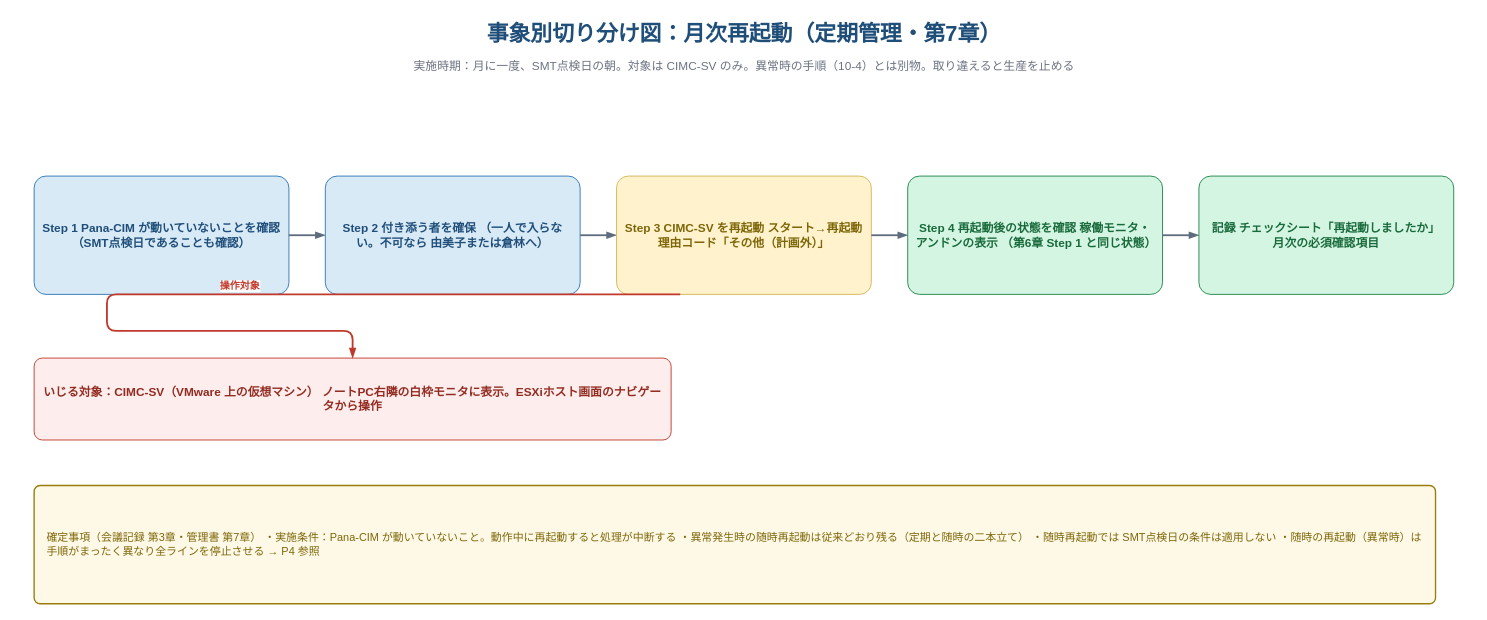
Above: page "事象別_月次再起動" (3 of 4) of workvault-sync/10_業務全般/PanaCIM_LNB/01_成果物/PanaCIM_LNB_確実構成図.drawio in nk-shino/work_vault (draw.io), before the change. Source tidied: cells renumbered, new cells numbered last; positions are measured from the earlier drawing's top-left corner, leaving out a move shared by most shapes. Both pictures are drawn from the tidied source at 91%, with x=0, y=0 at pixel (15, 15).
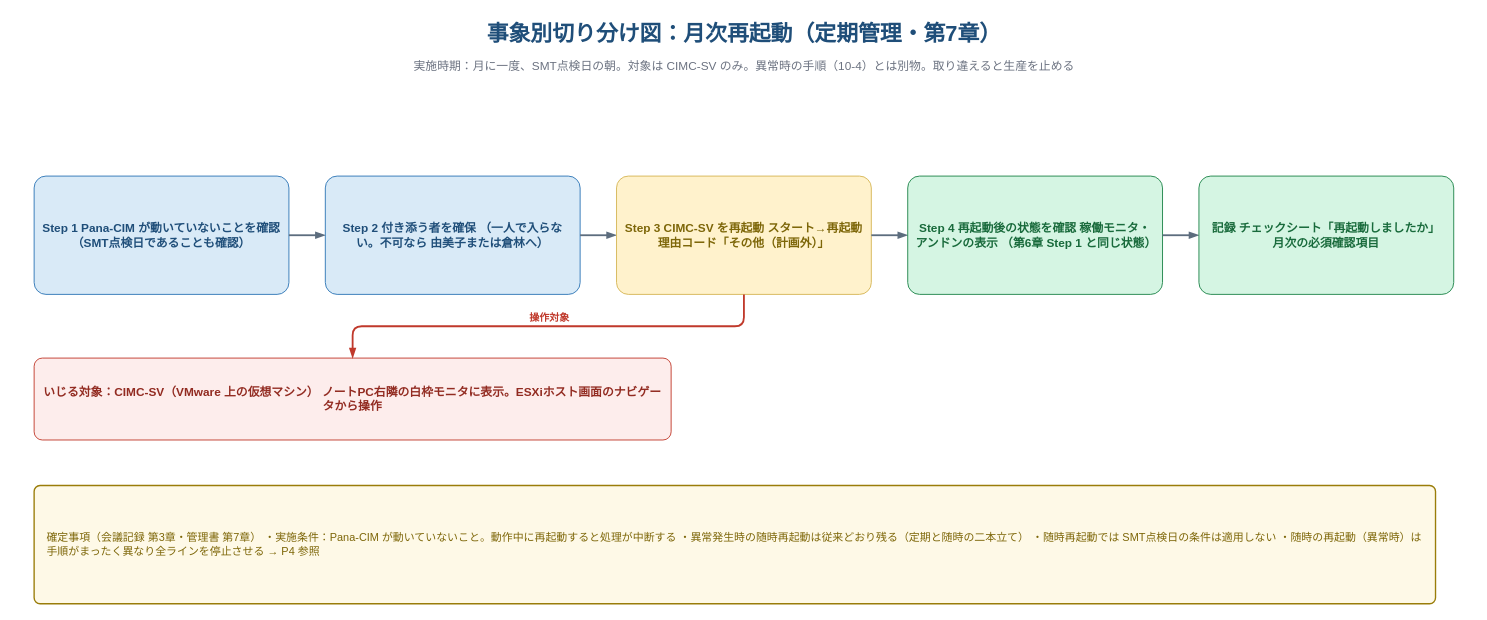
The same page after the edit.

Diff of the diagram source:
```diff
@@
 <mxGraphModel background="#ffffff">
   <root>
     <mxCell id="0" />
     <mxCell id="1" parent="0" />
     <mxCell id="2" value="事象別切り分け図：月次再起動（定期管理・第7章）" style="text;html=1;fontFamily=Meiryo;fontSize=24;align=center;verticalAlign=middle;fontColor=#1F4E79;fontStyle=1;" parent="1" vertex="1">
       <mxGeometry width="1600" height="40" as="geometry" />
     </mxCell>
     <mxCell id="3" value="実施時期：月に一度、SMT点検日の朝。対象は CIMC-SV のみ。異常時の手順（10-4）とは別物。取り違えると生産を止める" style="text;html=1;fontFamily=Meiryo;fontSize=13;align=center;verticalAlign=middle;fontColor=#6B7280;" parent="1" vertex="1">
       <mxGeometry y="42" width="1600" height="26" as="geometry" />
     </mxCell>
     <mxCell id="4" value="Step 1 Pana-CIM が動いていないことを確認 （SMT点検日であることも確認）" style="rounded=1;whiteSpace=wrap;html=1;fontFamily=Meiryo;fillColor=#D9EAF7;strokeColor=#2E75B6;fontColor=#1F4E79;fontSize=13;fontStyle=1;arcSize=10;verticalAlign=middle;spacingLeft=8;spacingRight=8;spacingTop=4;spacingBottom=4;" parent="1" vertex="1">
       <mxGeometry x="20" y="176" width="280" height="130" as="geometry" />
     </mxCell>
     <mxCell id="5" style="edgeStyle=orthogonalEdgeStyle;rounded=1;html=1;fontFamily=Meiryo;strokeColor=#5D6D7E;strokeWidth=2;endArrow=blockThin;endFill=1;exitX=1;exitY=0.5;exitDx=0;exitDy=0;entryX=0;entryY=0.5;entryDx=0;entryDy=0;fontSize=11;labelBackgroundColor=#FFFFFF;" parent="1" edge="1" source="4" target="6">
       <mxGeometry relative="1" as="geometry" />
     </mxCell>
     <mxCell id="6" value="Step 2 付き添う者を確保 （一人で入らない。不可なら 由美子または倉林へ）" style="rounded=1;whiteSpace=wrap;html=1;fontFamily=Meiryo;fillColor=#D9EAF7;strokeColor=#2E75B6;fontColor=#1F4E79;fontSize=13;fontStyle=1;arcSize=10;verticalAlign=middle;spacingLeft=8;spacingRight=8;spacingTop=4;spacingBottom=4;" parent="1" vertex="1">
       <mxGeometry x="340" y="176" width="280" height="130" as="geometry" />
     </mxCell>
     <mxCell id="7" style="edgeStyle=orthogonalEdgeStyle;rounded=1;html=1;fontFamily=Meiryo;strokeColor=#5D6D7E;strokeWidth=2;endArrow=blockThin;endFill=1;exitX=1;exitY=0.5;exitDx=0;exitDy=0;entryX=0;entryY=0.5;entryDx=0;entryDy=0;fontSize=11;labelBackgroundColor=#FFFFFF;" parent="1" edge="1" source="6" target="8">
       <mxGeometry relative="1" as="geometry" />
     </mxCell>
     <mxCell id="8" value="Step 3 CIMC-SV を再起動 スタート→再起動 理由コード「その他（計画外）」" style="rounded=1;whiteSpace=wrap;html=1;fontFamily=Meiryo;fillColor=#FFF2CC;strokeColor=#D6B656;fontColor=#7D6608;fontSize=13;fontStyle=1;arcSize=10;verticalAlign=middle;spacingLeft=8;spacingRight=8;spacingTop=4;spacingBottom=4;" parent="1" vertex="1">
       <mxGeometry x="660" y="176" width="280" height="130" as="geometry" />
     </mxCell>
     <mxCell id="9" style="edgeStyle=orthogonalEdgeStyle;rounded=1;html=1;fontFamily=Meiryo;strokeColor=#5D6D7E;strokeWidth=2;endArrow=blockThin;endFill=1;exitX=1;exitY=0.5;exitDx=0;exitDy=0;entryX=0;entryY=0.5;entryDx=0;entryDy=0;fontSize=11;labelBackgroundColor=#FFFFFF;" parent="1" edge="1" source="8" target="10">
       <mxGeometry relative="1" as="geometry" />
     </mxCell>
     <mxCell id="10" value="Step 4 再起動後の状態を確認 稼働モニタ・アンドンの表示 （第6章 Step 1 と同じ状態）" style="rounded=1;whiteSpace=wrap;html=1;fontFamily=Meiryo;fillColor=#D5F5E3;strokeColor=#1E8449;fontColor=#186A3B;fontSize=13;fontStyle=1;arcSize=10;verticalAlign=middle;spacingLeft=8;spacingRight=8;spacingTop=4;spacingBottom=4;" parent="1" vertex="1">
       <mxGeometry x="980" y="176" width="280" height="130" as="geometry" />
     </mxCell>
     <mxCell id="11" style="edgeStyle=orthogonalEdgeStyle;rounded=1;html=1;fontFamily=Meiryo;strokeColor=#5D6D7E;strokeWidth=2;endArrow=blockThin;endFill=1;exitX=1;exitY=0.5;exitDx=0;exitDy=0;entryX=0;entryY=0.5;entryDx=0;entryDy=0;fontSize=11;labelBackgroundColor=#FFFFFF;" parent="1" edge="1" source="10" target="12">
       <mxGeometry relative="1" as="geometry" />
     </mxCell>
     <mxCell id="12" value="記録 チェックシート「再起動しましたか」 月次の必須確認項目" style="rounded=1;whiteSpace=wrap;html=1;fontFamily=Meiryo;fillColor=#D5F5E3;strokeColor=#1E8449;fontColor=#186A3B;fontSize=13;fontStyle=1;arcSize=10;verticalAlign=middle;spacingLeft=8;spacingRight=8;spacingTop=4;spacingBottom=4;" parent="1" vertex="1">
       <mxGeometry x="1300" y="176" width="280" height="130" as="geometry" />
     </mxCell>
     <mxCell id="13" value="いじる対象：CIMC-SV（VMware 上の仮想マシン） ノートPC右隣の白枠モニタに表示。ESXiホスト画面のナビゲータから操作" style="rounded=1;whiteSpace=wrap;html=1;fontFamily=Meiryo;fillColor=#FDEDEC;strokeColor=#C0392B;fontColor=#922B21;fontSize=13;fontStyle=1;arcSize=10;verticalAlign=middle;spacingLeft=8;spacingRight=8;spacingTop=4;spacingBottom=4;" parent="1" vertex="1">
       <mxGeometry x="20" y="376" width="700" height="90" as="geometry" />
     </mxCell>
-    <mxCell id="14" style="edgeStyle=orthogonalEdgeStyle;rounded=1;html=1;fontFamily=Meiryo;strokeColor=#C0392B;strokeWidth=2;endArrow=blockThin;endFill=1;exitX=0.25;exitY=1;exitDx=0;exitDy=0;entryX=0.5;entryY=0;entryDx=0;entryDy=0;fontSize=11;labelBackgroundColor=#FFFFFF;" parent="1" edge="1" source="8" target="13">
-      <mxGeometry relative="1" as="geometry">
-        <Array as="points">
-          <mxPoint x="100" y="346" />
-          <mxPoint x="370" y="346" />
-        </Array>
-      </mxGeometry>
+    <mxCell id="14" style="edgeStyle=orthogonalEdgeStyle;rounded=1;html=1;fontFamily=Meiryo;strokeColor=#C0392B;strokeWidth=2;endArrow=blockThin;endFill=1;fontSize=11;labelBackgroundColor=#FFFFFF;exitX=0.5;exitY=1;entryX=0.5;entryY=0;exitDx=0;exitDy=0;entryDx=0;entryDy=0;" parent="1" edge="1" source="8" target="13">
+      <mxGeometry relative="1" as="geometry" />
     </mxCell>
     <mxCell id="15" value="操作対象" style="edgeLabel;html=1;fontFamily=Meiryo;align=center;verticalAlign=middle;fontSize=11;fontColor=#C0392B;labelBackgroundColor=#FFFFFF;fontStyle=1;" parent="14" vertex="1">
       <mxGeometry relative="1" as="geometry">
         <mxPoint y="-10" as="offset" />
       </mxGeometry>
     </mxCell>
     <mxCell id="16" value="確定事項（会議記録 第3章・管理書 第7章） ・実施条件：Pana-CIM が動いていないこと。動作中に再起動すると処理が中断する ・異常発生時の随時再起動は従来どおり残る（定期と随時の二本立て） ・随時再起動では SMT点検日の条件は適用しない ・随時の再起動（異常時）は手順がまったく異なり全ラインを停止させる → P4 参照" style="rounded=1;whiteSpace=wrap;html=1;fontFamily=Meiryo;fillColor=#FEF9E7;strokeColor=#9A7D0A;strokeWidth=1.5;fontSize=12;align=left;spacingLeft=12;spacingRight=12;verticalAlign=middle;fontColor=#7D6608;arcSize=5;" parent="1" vertex="1">
       <mxGeometry x="20" y="516" width="1540" height="130" as="geometry" />
     </mxCell>
   </root>
 </mxGraphModel>
```
